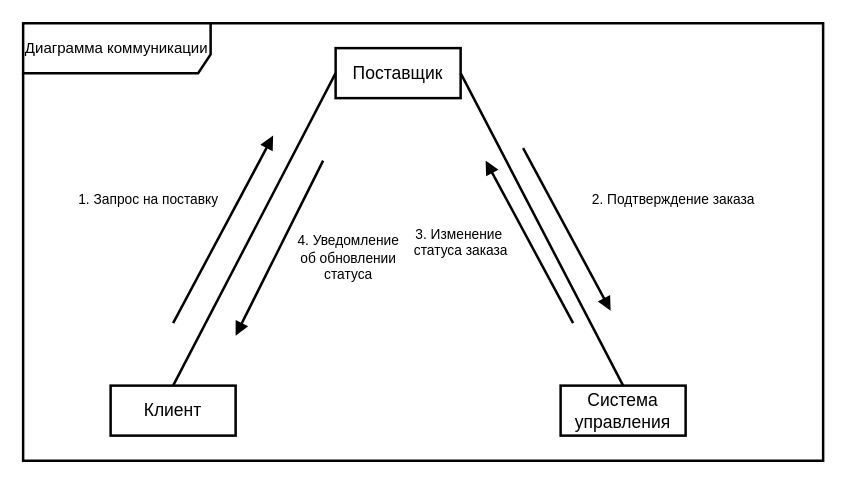
The draw.io diagram page "Page-3" (4 of 8) of 1kkk.drawio in Helpmepleaseitishard/Aikms, before the edit. Source tidied: cells renumbered, new cells numbered last; positions are measured from the earlier drawing's top-left corner, leaving out a move shared by most shapes. Both pictures are drawn from the tidied source at 125%, with x=0, y=0 at pixel (22, 22).
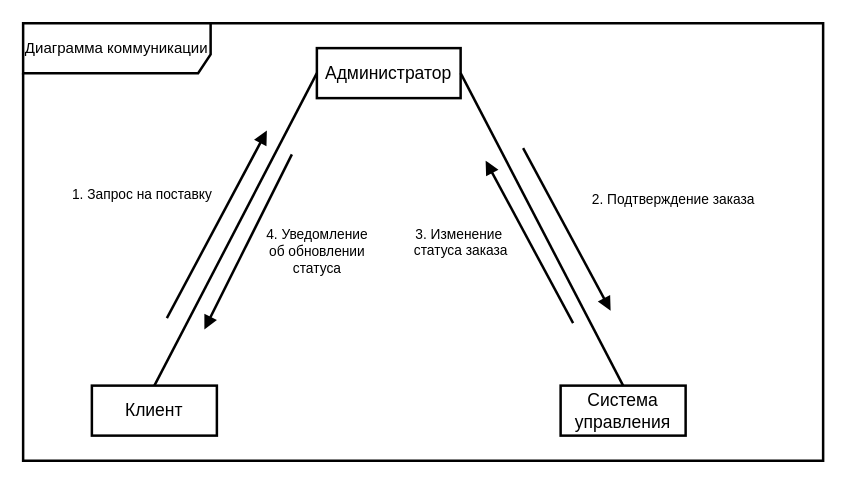
The same diagram, later.

The edit, as a diff of the source:
```diff
@@
 <mxGraphModel>
   <root>
     <mxCell id="0" />
     <mxCell id="1" parent="0" />
     <mxCell id="2" value="Клиент" style="html=1;whiteSpace=wrap;strokeWidth=2;fontSize=14;" parent="1" vertex="1">
-      <mxGeometry x="70" y="290" width="100" height="40" as="geometry" />
+      <mxGeometry x="55" y="290" width="100" height="40" as="geometry" />
     </mxCell>
-    <mxCell id="3" value="Поставщик" style="html=1;whiteSpace=wrap;strokeWidth=2;fontSize=14;" parent="1" vertex="1">
-      <mxGeometry x="250" y="20" width="100" height="40" as="geometry" />
+    <mxCell id="3" value="Администратор" style="html=1;whiteSpace=wrap;strokeWidth=2;fontSize=14;" parent="1" vertex="1">
+      <mxGeometry x="235" y="20" width="115" height="40" as="geometry" />
     </mxCell>
     <mxCell id="4" value="Система управления" style="html=1;whiteSpace=wrap;strokeWidth=2;fontSize=14;" parent="1" vertex="1">
       <mxGeometry x="430" y="290" width="100" height="40" as="geometry" />
     </mxCell>
     <mxCell id="5" style="html=1;verticalAlign=bottom;endArrow=none;curved=0;rounded=0;strokeWidth=2;startFill=0;entryX=0;entryY=0.5;entryDx=0;entryDy=0;exitX=0.5;exitY=0;exitDx=0;exitDy=0;" parent="1" edge="1" source="2" target="3">
       <mxGeometry relative="1" as="geometry" />
     </mxCell>
     <mxCell id="6" style="html=1;verticalAlign=bottom;endArrow=none;curved=0;rounded=0;strokeWidth=2;startFill=0;entryX=1;entryY=0.5;entryDx=0;entryDy=0;exitX=0.5;exitY=0;exitDx=0;exitDy=0;" parent="1" edge="1" source="4" target="3">
       <mxGeometry relative="1" as="geometry" />
     </mxCell>
     <mxCell id="7" value="1. Запрос на поставку" style="html=1;verticalAlign=bottom;endArrow=block;curved=0;rounded=0;strokeWidth=2;startFill=0;exitX=0.5;exitY=0;exitDx=0;exitDy=0;endFill=1;" parent="1" edge="1">
       <mxGeometry x="-0.18" y="60" relative="1" as="geometry">
-        <mxPoint x="120" y="240" as="sourcePoint" />
-        <mxPoint x="200" y="90" as="targetPoint" />
+        <mxPoint x="115" y="236" as="sourcePoint" />
+        <mxPoint x="195" y="86" as="targetPoint" />
       </mxGeometry>
     </mxCell>
     <mxCell id="8" value="2. Подтверждение заказа" style="html=1;verticalAlign=bottom;endArrow=block;curved=0;rounded=0;strokeWidth=2;startFill=0;exitX=0.5;exitY=0;exitDx=0;exitDy=0;endFill=1;" parent="1" edge="1">
       <mxGeometry x="0.37" y="82" relative="1" as="geometry">
         <mxPoint x="400" y="100" as="sourcePoint" />
         <mxPoint x="470" y="230" as="targetPoint" />
       </mxGeometry>
     </mxCell>
     <mxCell id="9" value="&lt;div&gt;3. Изменение&amp;nbsp;&lt;/div&gt;&lt;div&gt;статуса заказа&lt;/div&gt;" style="html=1;verticalAlign=bottom;endArrow=block;curved=0;rounded=0;strokeWidth=2;startFill=0;endFill=1;" parent="1" edge="1">
       <mxGeometry x="0.17" y="56" relative="1" as="geometry">
         <mxPoint x="440" y="240" as="sourcePoint" />
         <mxPoint x="370" y="110" as="targetPoint" />
       </mxGeometry>
     </mxCell>
     <mxCell id="10" value="&lt;div&gt;4. Уведомление&lt;/div&gt;&lt;div&gt;&amp;nbsp;об обновлении&amp;nbsp;&lt;/div&gt;&lt;div&gt;статуса&lt;/div&gt;" style="html=1;verticalAlign=bottom;endArrow=block;curved=0;rounded=0;strokeWidth=2;startFill=0;endFill=1;" parent="1" edge="1">
       <mxGeometry x="0.03" y="63" relative="1" as="geometry">
-        <mxPoint x="240" y="110" as="sourcePoint" />
-        <mxPoint x="170" y="250" as="targetPoint" />
+        <mxPoint x="215" y="105" as="sourcePoint" />
+        <mxPoint x="145" y="245" as="targetPoint" />
         <mxPoint y="-1" as="offset" />
       </mxGeometry>
     </mxCell>
     <mxCell id="11" value="Диаграмма коммуникации" style="shape=umlFrame;whiteSpace=wrap;html=1;width=150;height=40;strokeWidth=2;" parent="1" vertex="1">
       <mxGeometry width="640" height="350" as="geometry" />
     </mxCell>
   </root>
 </mxGraphModel>
```
